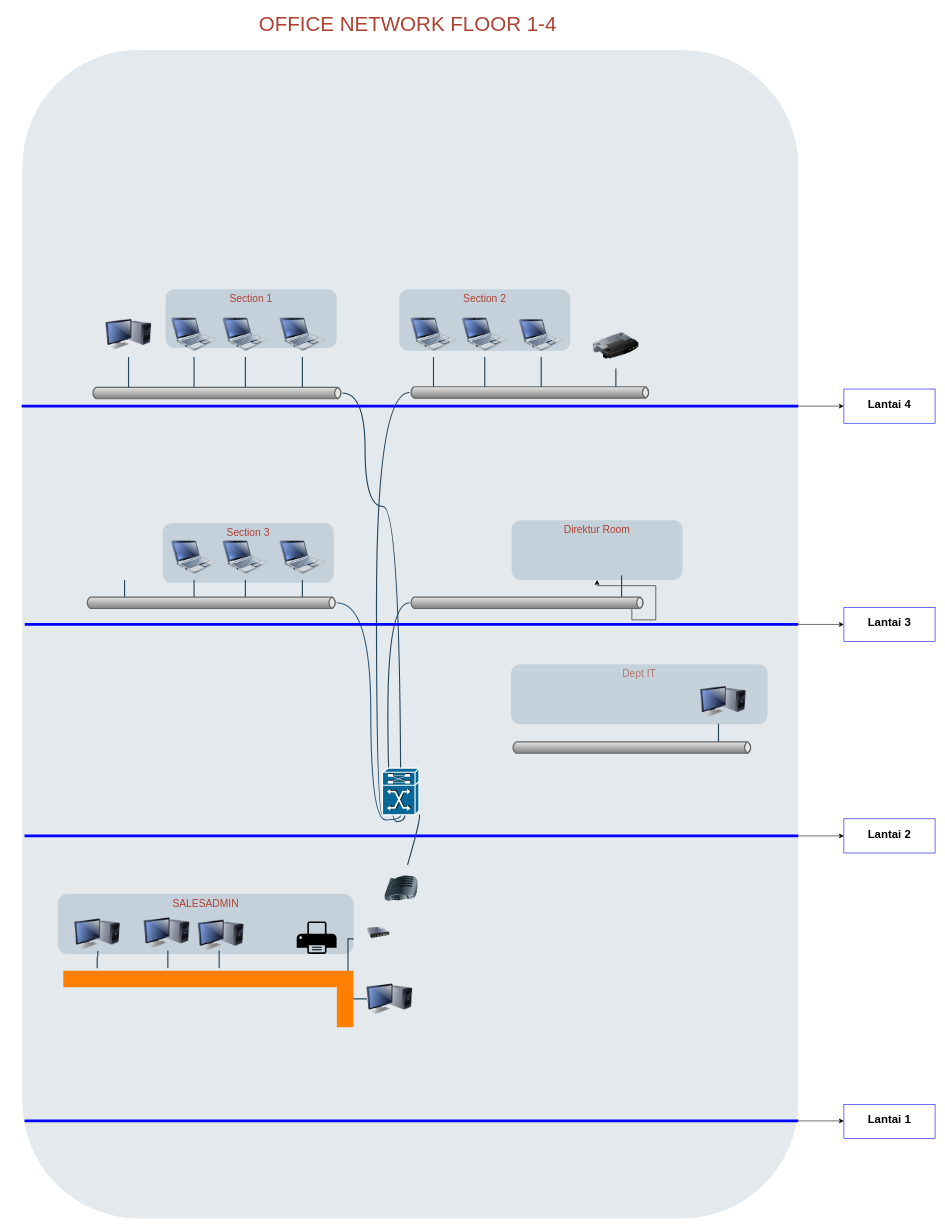
Earlier version of the draw.io diagram Topologi jaringan Office.drawio (dheonz/olampp). Source tidied: cells renumbered, new cells numbered last; positions are measured from the earlier drawing's top-left corner, leaving out a move shared by most shapes. Both pictures are drawn from the tidied source at 57%, with x=0, y=0 at pixel (14, 10).
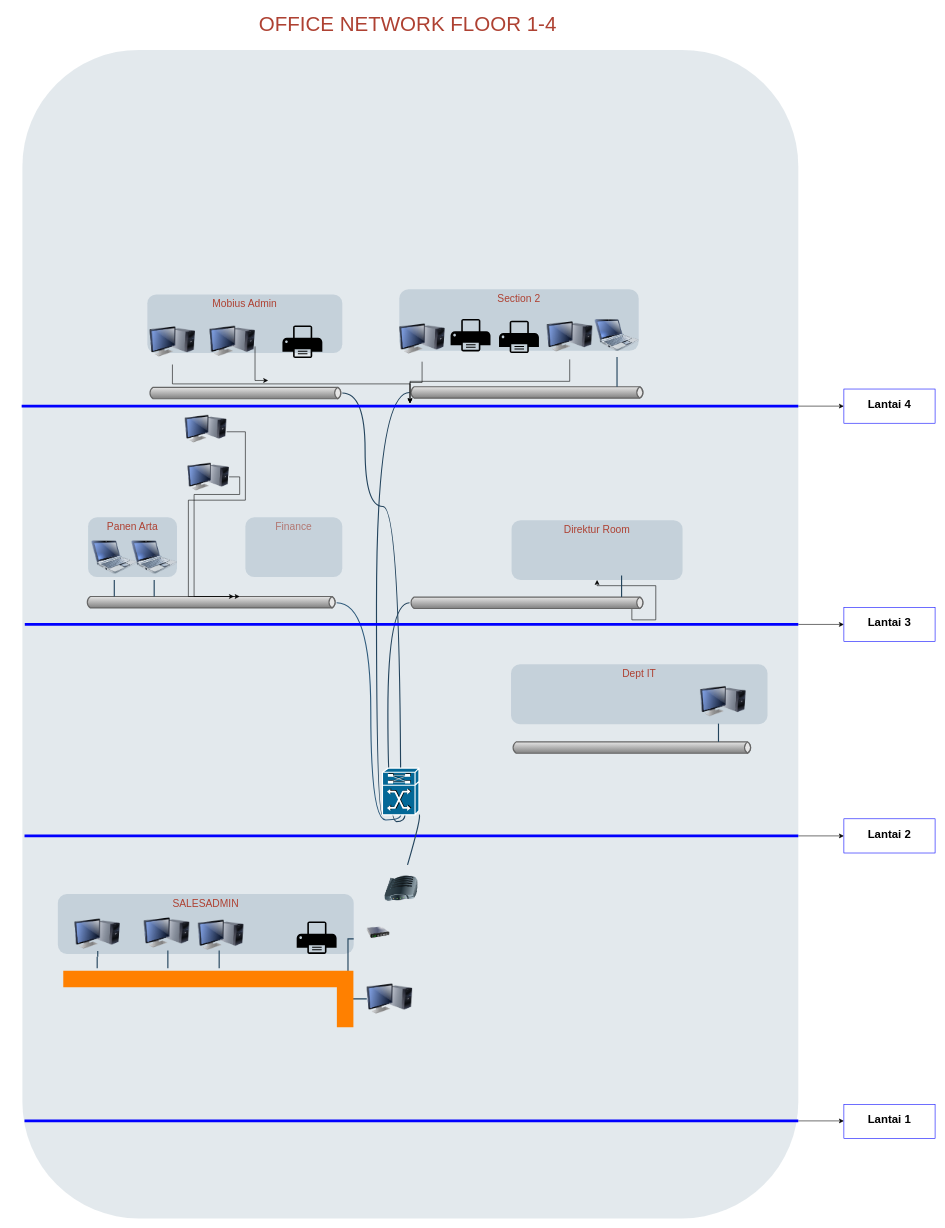
Above is the later version.

The change refers to these unchanged cells:
```xml
<mxCell id="59" style="shape=mxgraph.cisco.routers.atm_tag_switch_router;sketch=0;html=1;dashed=0;fillColor=#036897;strokeColor=#ffffff;strokeWidth=2;verticalLabelPosition=bottom;verticalAlign=top;align=center;outlineConnect=0;" parent="1" vertex="1">
  <mxGeometry x="645.5" y="1330" width="64" height="82" as="geometry" />
</mxCell>
<mxCell id="65" style="line;strokeWidth=5;html=1;strokeColor=#0000FF;" parent="1" vertex="1">
  <mxGeometry x="12.5" y="690" width="1362.5" height="10" as="geometry" />
</mxCell>
```

Change to the diagram source:
```diff
@@
+    <mxCell id="76" value="&lt;span style=&quot;line-height: 17.1818180084229px&quot;&gt;Finance&lt;/span&gt;" style="rounded=1;whiteSpace=wrap;html=1;shadow=0;strokeColor=none;fillColor=#BAC8D3;gradientColor=none;fontSize=18;fontColor=#AE4132;verticalAlign=top;fontStyle=0;opacity=70;strokeWidth=3;" parent="1" vertex="1">
+      <mxGeometry x="405" y="890" width="170" height="105" as="geometry" />
+    </mxCell>
+    <mxCell id="3" style="rounded=1;whiteSpace=wrap;html=1;shadow=0;strokeColor=none;fillColor=#BAC8D3;gradientColor=none;fontSize=18;fontColor=#F08705;opacity=40;fontStyle=0;strokeWidth=3;" parent="1" vertex="1">
+      <mxGeometry x="13.8" y="70" width="1361.2" height="2050" as="geometry" />
+    </mxCell>
@@
-    <mxCell id="3" style="rounded=1;whiteSpace=wrap;html=1;shadow=0;strokeColor=none;fillColor=#BAC8D3;gradientColor=none;fontSize=18;fontColor=#F08705;opacity=40;fontStyle=0;strokeWidth=3;" parent="1" vertex="1">
-      <mxGeometry x="13.8" y="70" width="1361.2" height="2050" as="geometry" />
-    </mxCell>
-    <mxCell id="4" value="&lt;span&gt;Section 1&lt;/span&gt;" style="rounded=1;whiteSpace=wrap;html=1;shadow=0;strokeColor=none;fillColor=#BAC8D3;gradientColor=none;fontSize=18;fontColor=#AE4132;verticalAlign=top;opacity=70;fontStyle=0;strokeWidth=3;" parent="1" vertex="1">
-      <mxGeometry x="265" y="490" width="300" height="103" as="geometry" />
+    <mxCell id="4" value="&lt;span&gt;Mobius Admin&lt;br&gt;&lt;/span&gt;" style="rounded=1;whiteSpace=wrap;html=1;shadow=0;strokeColor=none;fillColor=#BAC8D3;gradientColor=none;fontSize=18;fontColor=#AE4132;verticalAlign=top;opacity=70;fontStyle=0;strokeWidth=3;" parent="1" vertex="1">
+      <mxGeometry x="233" y="499" width="342" height="103" as="geometry" />
     </mxCell>
-    <mxCell id="5" value="&lt;span style=&quot;line-height: 17.1818180084229px&quot;&gt;Section 3&lt;/span&gt;" style="rounded=1;whiteSpace=wrap;html=1;shadow=0;strokeColor=none;fillColor=#BAC8D3;gradientColor=none;fontSize=18;fontColor=#AE4132;verticalAlign=top;fontStyle=0;opacity=70;strokeWidth=3;" parent="1" vertex="1">
-      <mxGeometry x="260" y="900" width="300" height="105" as="geometry" />
+    <mxCell id="5" value="&lt;span style=&quot;line-height: 17.1818180084229px&quot;&gt;Panen Arta&lt;/span&gt;" style="rounded=1;whiteSpace=wrap;html=1;shadow=0;strokeColor=none;fillColor=#BAC8D3;gradientColor=none;fontSize=18;fontColor=#AE4132;verticalAlign=top;fontStyle=0;opacity=70;strokeWidth=3;" parent="1" vertex="1">
+      <mxGeometry x="129" y="890" width="156" height="105" as="geometry" />
     </mxCell>
@@
     <mxCell id="7" value="&lt;span style=&quot;line-height: 17.1818180084229px&quot;&gt;Section 2&lt;/span&gt;&lt;br&gt;" style="rounded=1;whiteSpace=wrap;html=1;shadow=0;strokeColor=none;fillColor=#BAC8D3;gradientColor=none;fontSize=18;fontColor=#AE4132;verticalAlign=top;opacity=70;fontStyle=0;strokeWidth=3;" parent="1" vertex="1">
-      <mxGeometry x="675" y="490" width="300" height="108" as="geometry" />
+      <mxGeometry x="675" y="490" width="420" height="108" as="geometry" />
     </mxCell>
     <mxCell id="8" style="strokeWidth=2;strokeColor=#666666;dashed=0;align=center;html=1;fontSize=8;shape=mxgraph.eip.messageChannel;shadow=0;fillColor=#FFFFFF;gradientColor=none;fontColor=#F08705;fontStyle=0;" parent="1" vertex="1">
-      <mxGeometry x="135" y="662" width="440" height="20" as="geometry" />
+      <mxGeometry x="235" y="662" width="340" height="20" as="geometry" />
     </mxCell>
-    <mxCell id="9" style="edgeStyle=elbowEdgeStyle;strokeWidth=2;rounded=0;endArrow=none;startArrow=none;startSize=10;endSize=10;dashed=0;html=1;strokeColor=#23445D;fontSize=18;fontColor=#F08705;startFill=0;endFill=0;fontStyle=0;" parent="1" edge="1" source="11" target="8">
-      <mxGeometry relative="1" as="geometry" />
-    </mxCell>
+    <mxCell id="77" style="edgeStyle=orthogonalEdgeStyle;rounded=0;jettySize=auto;html=1;" parent="1" edge="1" source="10" target="65">
+      <mxGeometry relative="1" as="geometry" />
+    </mxCell>
     <mxCell id="10" style="image;html=1;image=img/lib/clip_art/computers/Monitor_Tower_128x128.png;shadow=0;strokeColor=#000000;fillColor=#FFFFFF;gradientColor=none;fontSize=18;fontColor=#F08705;fontStyle=0;" parent="1" vertex="1">
-      <mxGeometry x="160" y="529" width="80" height="80" as="geometry" />
+      <mxGeometry x="237" y="542" width="80" height="80" as="geometry" />
     </mxCell>
-    <mxCell id="11" style="image;html=1;image=img/lib/clip_art/computers/Netbook_128x128.png;shadow=0;strokeColor=#000000;fillColor=#FFFFFF;gradientColor=none;fontSize=18;fontColor=#F08705;fontStyle=0;" parent="1" vertex="1">
-      <mxGeometry x="275" y="529" width="80" height="80" as="geometry" />
-    </mxCell>
-    <mxCell id="12" style="image;html=1;image=img/lib/clip_art/computers/Netbook_128x128.png;shadow=0;strokeColor=#000000;fillColor=#FFFFFF;gradientColor=none;fontSize=18;fontColor=#F08705;fontStyle=0;" parent="1" vertex="1">
-      <mxGeometry x="365" y="529" width="80" height="80" as="geometry" />
-    </mxCell>
-    <mxCell id="13" style="image;html=1;image=img/lib/clip_art/computers/Netbook_128x128.png;shadow=0;strokeColor=#000000;fillColor=#FFFFFF;gradientColor=none;fontSize=18;fontColor=#F08705;fontStyle=0;" parent="1" vertex="1">
-      <mxGeometry x="465" y="529" width="80" height="80" as="geometry" />
-    </mxCell>
-    <mxCell id="14" style="image;html=1;image=img/lib/clip_art/computers/Netbook_128x128.png;shadow=0;strokeColor=#000000;fillColor=#FFFFFF;gradientColor=none;fontSize=18;fontColor=#F08705;fontStyle=0;" parent="1" vertex="1">
-      <mxGeometry x="695" y="529" width="80" height="80" as="geometry" />
-    </mxCell>
-    <mxCell id="15" style="image;html=1;image=img/lib/clip_art/computers/Netbook_128x128.png;shadow=0;strokeColor=#000000;fillColor=#FFFFFF;gradientColor=none;fontSize=18;fontColor=#F08705;fontStyle=0;" parent="1" vertex="1">
-      <mxGeometry x="785" y="529" width="80" height="80" as="geometry" />
-    </mxCell>
     <mxCell id="16" style="image;html=1;image=img/lib/clip_art/computers/Netbook_128x128.png;shadow=0;strokeColor=#000000;fillColor=#FFFFFF;gradientColor=none;fontSize=18;fontColor=#F08705;fontStyle=0;" parent="1" vertex="1">
-      <mxGeometry x="885" y="532" width="77" height="77" as="geometry" />
+      <mxGeometry x="1018" y="532" width="77" height="77" as="geometry" />
     </mxCell>
     <mxCell id="17" style="image;html=1;image=img/lib/clip_art/computers/Netbook_128x128.png;shadow=0;strokeColor=#000000;fillColor=#FFFFFF;gradientColor=none;fontSize=18;fontColor=#F08705;fontStyle=0;" parent="1" vertex="1">
-      <mxGeometry x="275" y="920" width="80" height="80" as="geometry" />
+      <mxGeometry x="135" y="920" width="80" height="80" as="geometry" />
     </mxCell>
     <mxCell id="18" style="image;html=1;image=img/lib/clip_art/computers/Netbook_128x128.png;shadow=0;strokeColor=#000000;fillColor=#FFFFFF;gradientColor=none;fontSize=18;fontColor=#F08705;fontStyle=0;" parent="1" vertex="1">
-      <mxGeometry x="365" y="920" width="80" height="80" as="geometry" />
+      <mxGeometry x="205" y="920" width="80" height="80" as="geometry" />
     </mxCell>
-    <mxCell id="19" style="image;html=1;image=img/lib/clip_art/computers/Netbook_128x128.png;shadow=0;strokeColor=#000000;fillColor=#FFFFFF;gradientColor=none;fontSize=18;fontColor=#AE4132;fontStyle=0;" parent="1" vertex="1">
-      <mxGeometry x="465" y="920" width="80" height="80" as="geometry" />
-    </mxCell>
     <mxCell id="20" style="strokeWidth=2;strokeColor=#666666;dashed=0;align=center;html=1;fontSize=8;shape=mxgraph.eip.messageChannel;shadow=0;fillColor=#FFFFFF;gradientColor=none;fontColor=#F08705;fontStyle=0;" parent="1" vertex="1">
-      <mxGeometry x="693" y="661" width="422" height="20" as="geometry" />
+      <mxGeometry x="693" y="661" width="412" height="20" as="geometry" />
     </mxCell>
     <mxCell id="21" style="strokeWidth=2;strokeColor=#666666;dashed=0;align=center;html=1;fontSize=8;shape=mxgraph.eip.messageChannel;shadow=0;fillColor=#FFFFFF;gradientColor=none;fontColor=#F08705;fontStyle=0;" parent="1" vertex="1">
-      <mxGeometry x="125" y="1030" width="440" height="20" as="geometry" />
+      <mxGeometry x="125" y="1029" width="440" height="20" as="geometry" />
     </mxCell>
@@
-    <mxCell id="24" style="image;html=1;image=img/lib/clip_art/networking/Router_128x128.png;shadow=0;strokeColor=#000000;fillColor=#FFFFFF;gradientColor=none;fontSize=18;fontColor=#F08705;fontStyle=0;" parent="1" vertex="1">
-      <mxGeometry x="1015" y="549" width="80" height="80" as="geometry" />
-    </mxCell>
-    <mxCell id="25" style="edgeStyle=elbowEdgeStyle;strokeWidth=2;rounded=0;endArrow=none;startArrow=none;startSize=10;endSize=10;dashed=0;html=1;strokeColor=#23445D;fontSize=18;fontColor=#F08705;startFill=0;endFill=0;fontStyle=0;" parent="1" edge="1" source="12" target="8">
-      <mxGeometry relative="1" as="geometry" />
-    </mxCell>
-    <mxCell id="26" style="edgeStyle=elbowEdgeStyle;strokeWidth=2;rounded=0;endArrow=none;startArrow=none;startSize=10;endSize=10;dashed=0;html=1;strokeColor=#23445D;fontSize=18;fontColor=#F08705;startFill=0;endFill=0;fontStyle=0;" parent="1" edge="1" source="13" target="8">
-      <mxGeometry relative="1" as="geometry" />
-    </mxCell>
-    <mxCell id="27" style="edgeStyle=elbowEdgeStyle;strokeWidth=2;rounded=0;endArrow=none;startArrow=none;startSize=10;endSize=10;dashed=0;html=1;strokeColor=#23445D;fontSize=18;fontColor=#F08705;startFill=0;endFill=0;fontStyle=0;" parent="1" edge="1" source="14" target="20">
-      <mxGeometry relative="1" as="geometry" />
-    </mxCell>
-    <mxCell id="28" style="edgeStyle=elbowEdgeStyle;strokeWidth=2;rounded=0;endArrow=none;startArrow=none;startSize=10;endSize=10;dashed=0;html=1;strokeColor=#23445D;fontSize=18;fontColor=#F08705;startFill=0;endFill=0;fontStyle=0;" parent="1" edge="1" source="15" target="20">
-      <mxGeometry relative="1" as="geometry" />
-    </mxCell>
@@
-    <mxCell id="30" style="edgeStyle=elbowEdgeStyle;strokeWidth=2;rounded=0;endArrow=none;startArrow=none;startSize=10;endSize=10;dashed=0;html=1;strokeColor=#23445D;fontSize=18;fontColor=#F08705;startFill=0;endFill=0;fontStyle=0;" parent="1" edge="1" source="24" target="20">
-      <mxGeometry relative="1" as="geometry" />
-    </mxCell>
@@
-    <mxCell id="33" style="edgeStyle=elbowEdgeStyle;strokeWidth=2;rounded=0;endArrow=none;startArrow=none;startSize=10;endSize=10;dashed=0;html=1;strokeColor=#23445D;fontSize=18;fontColor=#F08705;startFill=0;endFill=0;fontStyle=0;" parent="1" edge="1" source="19" target="21">
-      <mxGeometry relative="1" as="geometry" />
-    </mxCell>
@@
-    <mxCell id="35" style="edgeStyle=elbowEdgeStyle;strokeWidth=2;rounded=0;endArrow=none;startArrow=none;startSize=10;endSize=10;dashed=0;html=1;strokeColor=#23445D;fontSize=18;fontColor=#F08705;startFill=0;endFill=0;fontStyle=0;" parent="1" edge="1" source="10" target="8">
-      <mxGeometry relative="1" as="geometry" />
-    </mxCell>
-    <mxCell id="36" style="edgeStyle=elbowEdgeStyle;strokeWidth=2;rounded=0;endArrow=none;startArrow=none;startSize=10;endSize=10;dashed=0;html=1;strokeColor=#23445D;fontSize=18;fontColor=#F08705;startFill=0;endFill=0;fontStyle=0;" parent="1" edge="1" target="21">
-      <mxGeometry relative="1" as="geometry">
-        <mxPoint x="193" y="1000" as="sourcePoint" />
-      </mxGeometry>
-    </mxCell>
-    <mxCell id="37" style="edgeStyle=orthogonalEdgeStyle;rounded=0;jumpStyle=none;html=1;exitX=0.5;exitY=1;entryX=1;entryY=0.5;shadow=0;labelBackgroundColor=#ffffff;startArrow=none;startFill=0;endArrow=none;endFill=0;endSize=10;jettySize=auto;strokeColor=#2F5B7C;strokeWidth=2;fillColor=#F08705;fontFamily=Helvetica;fontSize=14;fontColor=#F08705;align=left;curved=1;exitDx=0;exitDy=0;exitPerimeter=0;" parent="1" edge="1" source="59" target="21">
+    <mxCell id="37" style="edgeStyle=orthogonalEdgeStyle;rounded=0;jumpStyle=none;html=1;exitX=0.5;exitY=1;shadow=0;labelBackgroundColor=#ffffff;startArrow=none;startFill=0;endArrow=none;endFill=0;endSize=10;jettySize=auto;strokeColor=#2F5B7C;strokeWidth=2;fillColor=#F08705;fontFamily=Helvetica;fontSize=14;fontColor=#F08705;align=left;curved=1;exitDx=0;exitDy=0;exitPerimeter=0;" parent="1" edge="1" source="59">
       <mxGeometry relative="1" as="geometry">
+        <mxPoint x="565" y="1040" as="targetPoint" />
         <Array as="points">
           <mxPoint x="677" y="1421" />
           <mxPoint x="625" y="1421" />
           <mxPoint x="625" y="1040" />
         </Array>
       </mxGeometry>
     </mxCell>
@@
-    <mxCell id="43" style="edgeStyle=orthogonalEdgeStyle;rounded=0;jumpStyle=none;html=1;exitX=0.75;exitY=0;entryX=0.75;entryY=0;shadow=0;labelBackgroundColor=none;startArrow=none;startFill=0;endArrow=classic;endFill=1;endSize=6;jettySize=auto;orthogonalLoop=1;strokeColor=#23445D;strokeWidth=2;fillColor=#F08705;fontFamily=Helvetica;fontSize=14;fontColor=#FFFFFF;align=left;fontStyle=0;" parent="1" edge="1" source="14" target="14">
-      <mxGeometry relative="1" as="geometry" />
+    <mxCell id="43" style="edgeStyle=orthogonalEdgeStyle;rounded=0;jumpStyle=none;html=1;exitX=0.75;exitY=0;entryX=0.75;entryY=0;shadow=0;labelBackgroundColor=none;startArrow=none;startFill=0;endArrow=classic;endFill=1;endSize=6;jettySize=auto;orthogonalLoop=1;strokeColor=#23445D;strokeWidth=2;fillColor=#F08705;fontFamily=Helvetica;fontSize=14;fontColor=#FFFFFF;align=left;fontStyle=0;" parent="1" edge="1">
+      <mxGeometry relative="1" as="geometry">
+        <mxPoint x="755" y="529" as="sourcePoint" />
+        <mxPoint x="755" y="529" as="targetPoint" />
+      </mxGeometry>
     </mxCell>
@@
+    <mxCell id="78" style="edgeStyle=orthogonalEdgeStyle;rounded=0;jettySize=auto;html=1;exitX=0.999;exitY=0.616;exitDx=0;exitDy=0;exitPerimeter=0;" parent="1" edge="1" source="79">
+      <mxGeometry relative="1" as="geometry">
+        <mxPoint x="445" y="650" as="targetPoint" />
+        <Array as="points">
+          <mxPoint x="422" y="650" />
+          <mxPoint x="445" y="650" />
+        </Array>
+      </mxGeometry>
+    </mxCell>
+    <mxCell id="79" style="image;html=1;image=img/lib/clip_art/computers/Monitor_Tower_128x128.png;shadow=0;strokeColor=#000000;fillColor=#FFFFFF;gradientColor=none;fontSize=18;fontColor=#F08705;fontStyle=0;" parent="1" vertex="1">
+      <mxGeometry x="342" y="541" width="80" height="80" as="geometry" />
+    </mxCell>
+    <mxCell id="80" style="edgeStyle=orthogonalEdgeStyle;rounded=0;jettySize=auto;html=1;" parent="1" edge="1" source="81" target="65">
+      <mxGeometry relative="1" as="geometry" />
+    </mxCell>
+    <mxCell id="81" style="image;html=1;image=img/lib/clip_art/computers/Monitor_Tower_128x128.png;shadow=0;strokeColor=#000000;fillColor=#FFFFFF;gradientColor=none;fontSize=18;fontColor=#F08705;fontStyle=0;" parent="1" vertex="1">
+      <mxGeometry x="675" y="537" width="80" height="80" as="geometry" />
+    </mxCell>
+    <mxCell id="82" style="edgeStyle=orthogonalEdgeStyle;rounded=0;jettySize=auto;html=1;" parent="1" edge="1" source="83" target="65">
+      <mxGeometry relative="1" as="geometry" />
+    </mxCell>
+    <mxCell id="83" style="image;html=1;image=img/lib/clip_art/computers/Monitor_Tower_128x128.png;shadow=0;strokeColor=#000000;fillColor=#FFFFFF;gradientColor=none;fontSize=18;fontColor=#F08705;fontStyle=0;" parent="1" vertex="1">
+      <mxGeometry x="934" y="533" width="80" height="80" as="geometry" />
+    </mxCell>
+    <mxCell id="84" style="sketch=0;shadow=0;dashed=0;html=1;strokeColor=none;fillColor=#000000;labelPosition=center;verticalLabelPosition=bottom;verticalAlign=top;align=center;shape=mxgraph.office.devices.printer;strokeWidth=19;" parent="1" vertex="1">
+      <mxGeometry x="470" y="553.5" width="70" height="57" as="geometry" />
+    </mxCell>
+    <mxCell id="85" style="sketch=0;shadow=0;dashed=0;html=1;strokeColor=none;fillColor=#000000;labelPosition=center;verticalLabelPosition=bottom;verticalAlign=top;align=center;shape=mxgraph.office.devices.printer;strokeWidth=19;" parent="1" vertex="1">
+      <mxGeometry x="850" y="545" width="70" height="57" as="geometry" />
+    </mxCell>
+    <mxCell id="86" style="sketch=0;shadow=0;dashed=0;html=1;strokeColor=none;fillColor=#000000;labelPosition=center;verticalLabelPosition=bottom;verticalAlign=top;align=center;shape=mxgraph.office.devices.printer;strokeWidth=19;" parent="1" vertex="1">
+      <mxGeometry x="765" y="542" width="70" height="57" as="geometry" />
+    </mxCell>
+    <mxCell id="87" style="edgeStyle=orthogonalEdgeStyle;rounded=0;jettySize=auto;html=1;entryX=0;entryY=0;entryDx=260;entryDy=0;entryPerimeter=0;exitX=1;exitY=0.5;exitDx=0;exitDy=0;" parent="1" edge="1" source="88" target="21">
+      <mxGeometry relative="1" as="geometry">
+        <Array as="points">
+          <mxPoint x="395" y="819" />
+          <mxPoint x="395" y="850" />
+          <mxPoint x="315" y="850" />
+          <mxPoint x="315" y="1029" />
+        </Array>
+      </mxGeometry>
+    </mxCell>
+    <mxCell id="88" style="image;html=1;image=img/lib/clip_art/computers/Monitor_Tower_128x128.png;shadow=0;strokeColor=#000000;fillColor=#FFFFFF;gradientColor=none;fontSize=18;fontColor=#F08705;fontStyle=0;" parent="1" vertex="1">
+      <mxGeometry x="303.5" y="788.2" width="73" height="61.8" as="geometry" />
+    </mxCell>
+    <mxCell id="89" style="edgeStyle=orthogonalEdgeStyle;rounded=0;jettySize=auto;html=1;entryX=0;entryY=0;entryDx=270;entryDy=0;entryPerimeter=0;" parent="1" edge="1" source="90" target="21">
+      <mxGeometry relative="1" as="geometry">
+        <Array as="points">
+          <mxPoint x="405" y="740" />
+          <mxPoint x="405" y="860" />
+          <mxPoint x="305" y="860" />
+          <mxPoint x="305" y="1029" />
+        </Array>
+      </mxGeometry>
+    </mxCell>
+    <mxCell id="90" style="image;html=1;image=img/lib/clip_art/computers/Monitor_Tower_128x128.png;shadow=0;strokeColor=#000000;fillColor=#FFFFFF;gradientColor=none;fontSize=18;fontColor=#F08705;fontStyle=0;" parent="1" vertex="1">
+      <mxGeometry x="299" y="700" width="73" height="70" as="geometry" />
+    </mxCell>
```
